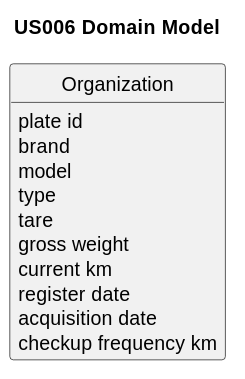
Above: docs/sprintA/us006/02.analysis/svg/us006-domain-model.svg in Rui-San/LAPR2_2023_2024 (PlantUML), before the change. Source of this version:
```plantuml
@startuml
skinparam monochrome true
skinparam packageStyle rectangle
skinparam shadowing false


skinparam classAttributeIconSize 0

hide circle
hide methods

title US006 Domain Model

class Organization {
    plate id
    brand
    model
    type
    tare
    gross weight
    current km
    register date
    acquisition date
    checkup frequency km
}


@enduml
```
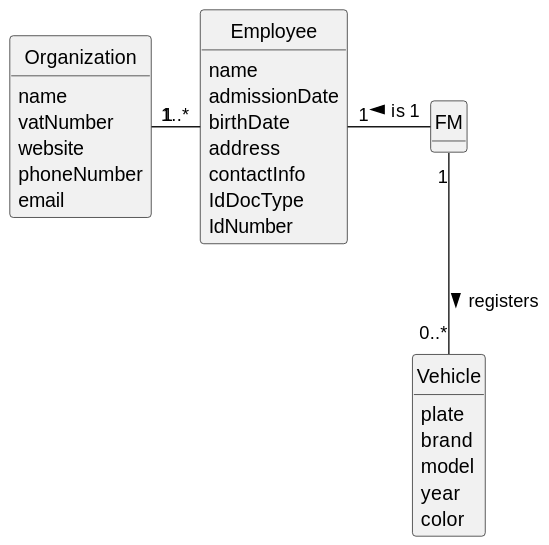
Above is the later version.

Commit message:
US02 and US06: Updated domain model for both US

What changed in the source:
```diff
@@ -2,27 +2,42 @@
 skinparam monochrome true
 skinparam packageStyle rectangle
 skinparam shadowing false
-
-
 skinparam classAttributeIconSize 0
-
 hide circle
 hide methods
 
-title US006 Domain Model
 
 class Organization {
-    plate id
+    name
+    vatNumber
+    website
+    phoneNumber
+    email
+}
+
+class Employee {
+    name
+    admissionDate
+    birthDate
+    address
+    contactInfo
+    IdDocType
+    IdNumber
+}
+
+class FM{
+
+}
+
+class Vehicle{
+    plate
     brand
     model
-    type
-    tare
-    gross weight
-    current km
-    register date
-    acquisition date
-    checkup frequency km
+    year
+    color
 }
 
-
+Organization "1" --right "1..*" Employee
+FM "1" --left "1" Employee : "is >"
+FM "1" --down "0..*" Vehicle : "registers >"
 @enduml
```
